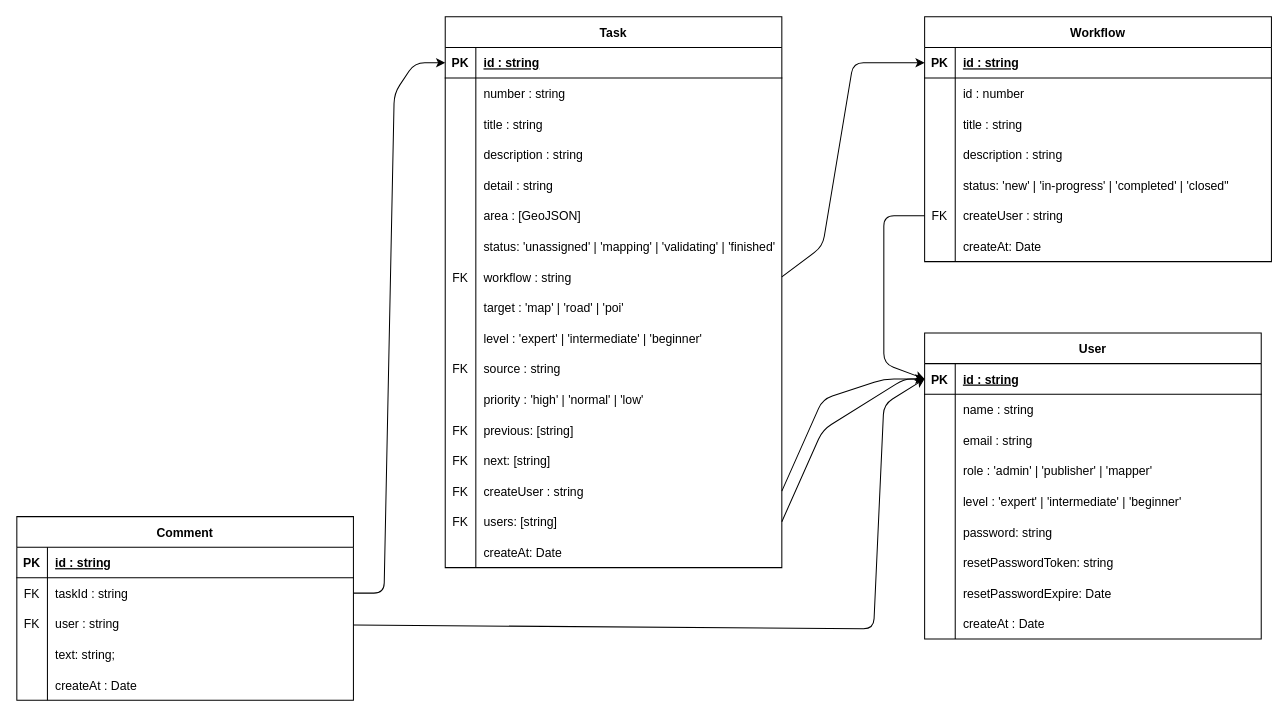
This is doc/db-design.drawio from shomrkm/map-masking-manager, a draw.io file, before an edit. Source tidied: cells renumbered, new cells numbered last; positions are measured from the earlier drawing's top-left corner, leaving out a move shared by most shapes. Both pictures are drawn from the tidied source at 102%, with x=0, y=0 at pixel (16, 16).
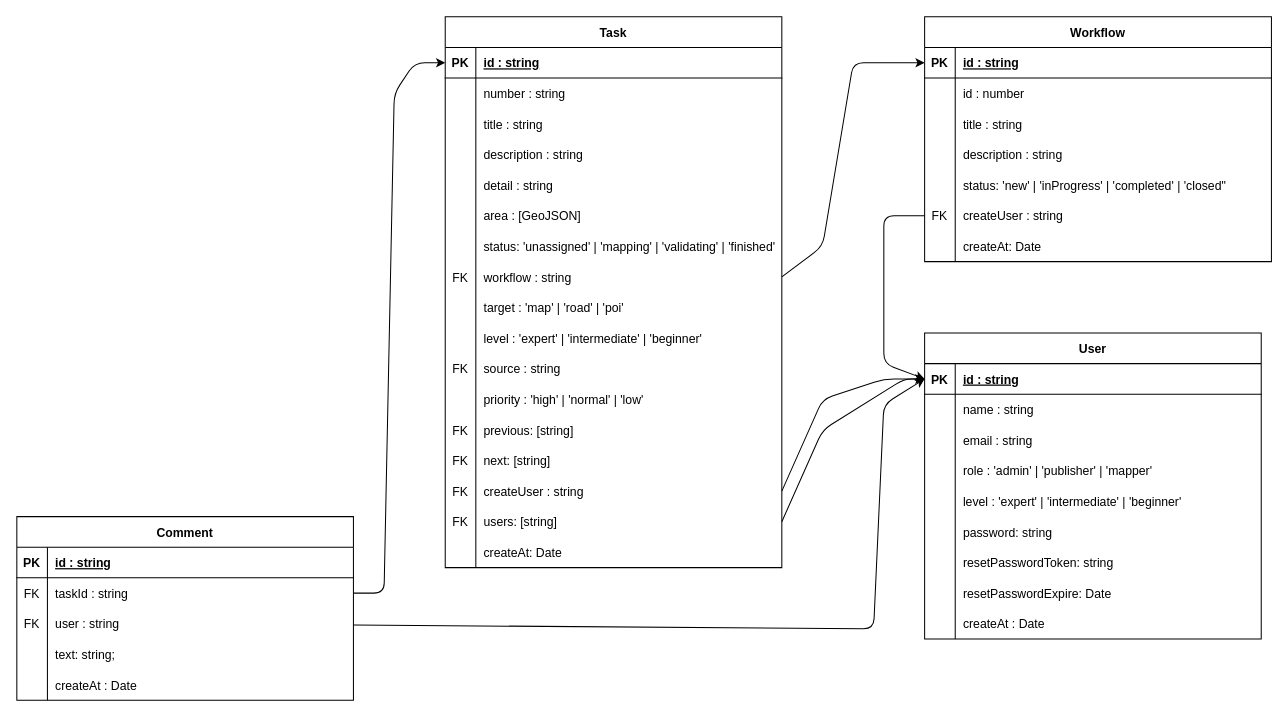
The same diagram, later.

Commit message (it also covers changes not shown here):
feat: Change in-progress status name.

The change refers to these unchanged cells:
```xml
<mxCell id="68" style="shape=partialRectangle;fillColor=none;top=0;left=0;bottom=0;right=0;" parent="55" vertex="1">
  <mxGeometry y="150" width="340" height="30" as="geometry" />
</mxCell>
```

The edit, as a diff of the source:
```diff
@@
-    <mxCell id="70" value="status: 'new' | 'in-progress' | 'completed' | 'closed&quot;" style="shape=partialRectangle;fillColor=none;top=0;left=0;bottom=0;right=0;align=left;spacingLeft=6;overflow=hidden;" parent="68" vertex="1">
+    <mxCell id="70" value="status: 'new' | 'inProgress' | 'completed' | 'closed&quot;" style="shape=partialRectangle;fillColor=none;top=0;left=0;bottom=0;right=0;align=left;spacingLeft=6;overflow=hidden;" parent="68" vertex="1">
       <mxGeometry x="30" width="310" height="30" as="geometry" />
     </mxCell>
```
